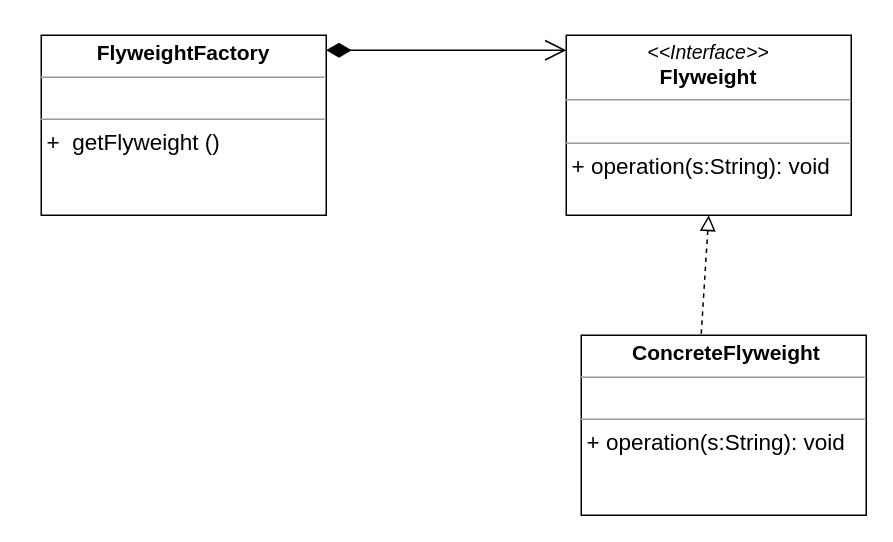
The draw.io diagram structural/flyweight/flyweight.drawio in MaksShadows/Patterns, before the edit. Source tidied: cells renumbered, new cells numbered last; positions are measured from the earlier drawing's top-left corner, leaving out a move shared by most shapes. Both pictures are drawn from the tidied source at 150%, with x=0, y=0 at pixel (40, 34).
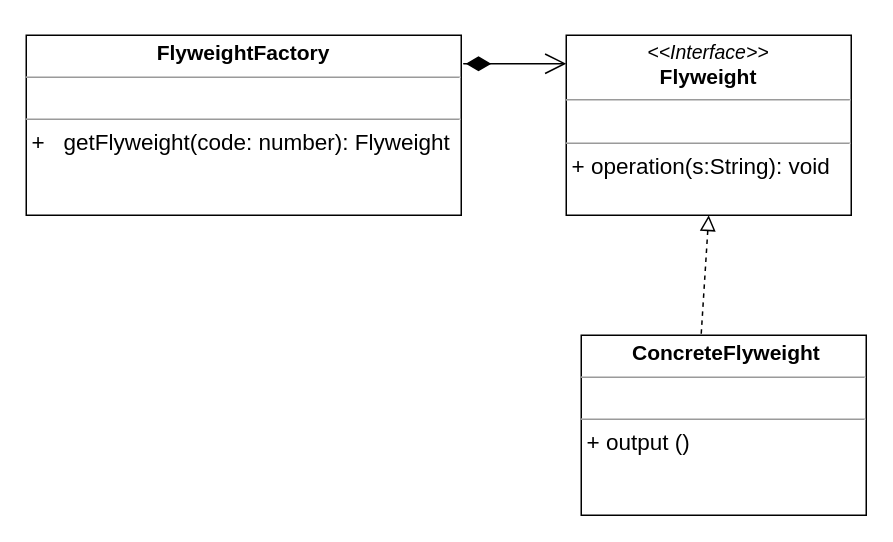
The same page after the edit.

Commit message (it also covers changes not shown here):
add unl and code

What changed in the source:
```diff
@@
 <mxGraphModel>
   <root>
     <mxCell id="0" />
     <mxCell id="1" parent="0" />
-    <mxCell id="2" style="endArrow=open;html=1;endSize=12;startArrow=diamondThin;startSize=14;startFill=1;edgeStyle=orthogonalEdgeStyle;align=left;verticalAlign=bottom;" parent="1" edge="1">
+    <mxCell id="2" style="endArrow=open;html=1;endSize=12;startArrow=diamondThin;startSize=14;startFill=1;edgeStyle=orthogonalEdgeStyle;align=left;verticalAlign=bottom;entryX=0;entryY=0.158;entryDx=0;entryDy=0;entryPerimeter=0;" parent="1" edge="1" target="3">
       <mxGeometry x="-0.75" y="40" relative="1" as="geometry">
-        <mxPoint x="190" y="10" as="sourcePoint" />
-        <mxPoint x="350" y="10" as="targetPoint" />
+        <mxPoint x="300" y="19" as="sourcePoint" />
+        <Array as="points">
+          <mxPoint x="280" y="19" />
+          <mxPoint x="280" y="19" />
+        </Array>
       </mxGeometry>
     </mxCell>
     <mxCell id="3" value="&lt;p style=&quot;margin: 4px 0px 0px ; text-align: center&quot;&gt;&lt;i style=&quot;font-size: 13px&quot;&gt;&amp;lt;&amp;lt;Interface&amp;gt;&amp;gt;&lt;/i&gt;&lt;br&gt;&lt;span style=&quot;font-size: 14px&quot;&gt;&lt;b&gt;Flyweight&lt;/b&gt;&lt;/span&gt;&lt;/p&gt;&lt;hr size=&quot;1&quot; style=&quot;font-size: 14px&quot;&gt;&lt;p style=&quot;margin: 0px ; margin-left: 4px&quot;&gt;&lt;br&gt;&lt;/p&gt;&lt;hr size=&quot;1&quot;&gt;&lt;p style=&quot;margin: 0px 0px 0px 4px&quot;&gt;&lt;font style=&quot;font-size: 15px&quot;&gt;+ operation(s:String): void&lt;/font&gt;&lt;br&gt;&lt;/p&gt;" style="verticalAlign=top;align=left;overflow=fill;fontSize=12;fontFamily=Helvetica;html=1;" parent="1" vertex="1">
       <mxGeometry x="350" width="190" height="120" as="geometry" />
     </mxCell>
-    <mxCell id="4" value="&lt;p style=&quot;margin: 4px 0px 0px ; text-align: center&quot;&gt;&lt;b style=&quot;font-size: 14px&quot;&gt;FlyweightFactory&lt;/b&gt;&lt;/p&gt;&lt;hr size=&quot;1&quot; style=&quot;font-size: 14px&quot;&gt;&lt;p style=&quot;margin: 0px ; margin-left: 4px&quot;&gt;&lt;br&gt;&lt;/p&gt;&lt;hr size=&quot;1&quot;&gt;&lt;p style=&quot;margin: 0px 0px 0px 4px&quot;&gt;&lt;font style=&quot;font-size: 15px&quot;&gt;+&amp;nbsp;&amp;nbsp;getFlyweight ()&lt;/font&gt;&lt;br&gt;&lt;/p&gt;" style="verticalAlign=top;align=left;overflow=fill;fontSize=12;fontFamily=Helvetica;html=1;" parent="1" vertex="1">
-      <mxGeometry width="190" height="120" as="geometry" />
+    <mxCell id="4" value="&lt;p style=&quot;margin: 4px 0px 0px ; text-align: center&quot;&gt;&lt;b style=&quot;font-size: 14px&quot;&gt;FlyweightFactory&lt;/b&gt;&lt;/p&gt;&lt;hr size=&quot;1&quot; style=&quot;font-size: 14px&quot;&gt;&lt;p style=&quot;margin: 0px ; margin-left: 4px&quot;&gt;&lt;br&gt;&lt;/p&gt;&lt;hr size=&quot;1&quot;&gt;&lt;p style=&quot;margin: 0px 0px 0px 4px&quot;&gt;&lt;font style=&quot;font-size: 15px&quot;&gt;+&amp;nbsp;&amp;nbsp;&amp;nbsp;getFlyweight(code: number): Flyweight&lt;/font&gt;&lt;br&gt;&lt;/p&gt;" style="verticalAlign=top;align=left;overflow=fill;fontSize=12;fontFamily=Helvetica;html=1;" parent="1" vertex="1">
+      <mxGeometry x="-10" width="290" height="120" as="geometry" />
     </mxCell>
-    <mxCell id="5" value="&lt;p style=&quot;margin: 4px 0px 0px ; text-align: center&quot;&gt;&lt;span style=&quot;font-size: 14px&quot;&gt;&lt;b&gt;&amp;nbsp;ConcreteFlyweight&lt;/b&gt;&lt;/span&gt;&lt;br&gt;&lt;/p&gt;&lt;hr size=&quot;1&quot; style=&quot;font-size: 14px&quot;&gt;&lt;p style=&quot;margin: 0px ; margin-left: 4px&quot;&gt;&lt;br&gt;&lt;/p&gt;&lt;hr size=&quot;1&quot;&gt;&lt;p style=&quot;margin: 0px 0px 0px 4px&quot;&gt;&lt;font style=&quot;font-size: 15px&quot;&gt;+ operation(s:String): void&lt;/font&gt;&lt;br&gt;&lt;/p&gt;" style="verticalAlign=top;align=left;overflow=fill;fontSize=12;fontFamily=Helvetica;html=1;" parent="1" vertex="1">
+    <mxCell id="5" value="&lt;p style=&quot;margin: 4px 0px 0px ; text-align: center&quot;&gt;&lt;span style=&quot;font-size: 14px&quot;&gt;&lt;b&gt;&amp;nbsp;ConcreteFlyweight&lt;/b&gt;&lt;/span&gt;&lt;br&gt;&lt;/p&gt;&lt;hr size=&quot;1&quot; style=&quot;font-size: 14px&quot;&gt;&lt;p style=&quot;margin: 0px ; margin-left: 4px&quot;&gt;&lt;br&gt;&lt;/p&gt;&lt;hr size=&quot;1&quot;&gt;&lt;p style=&quot;margin: 0px 0px 0px 4px&quot;&gt;&lt;font style=&quot;font-size: 15px&quot;&gt;+ output ()&lt;/font&gt;&lt;br&gt;&lt;/p&gt;" style="verticalAlign=top;align=left;overflow=fill;fontSize=12;fontFamily=Helvetica;html=1;" parent="1" vertex="1">
       <mxGeometry x="360" y="200" width="190" height="120" as="geometry" />
     </mxCell>
     <mxCell id="6" style="endArrow=block;startArrow=none;endFill=0;startFill=0;endSize=8;html=1;verticalAlign=bottom;dashed=1;labelBackgroundColor=none;exitX=0.421;exitY=-0.008;exitDx=0;exitDy=0;exitPerimeter=0;entryX=0.5;entryY=1;entryDx=0;entryDy=0;" parent="1" edge="1" source="5" target="3">
       <mxGeometry relative="1" as="geometry" />
     </mxCell>
   </root>
 </mxGraphModel>
```
